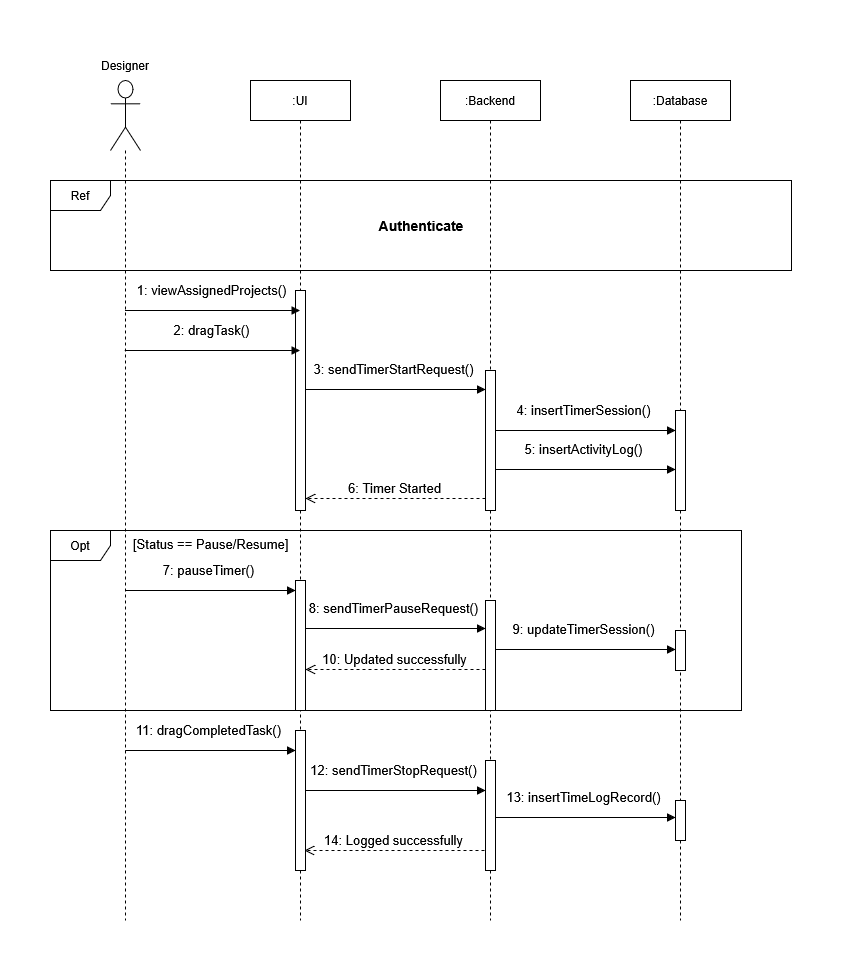
Above: docs/diagrams/SequenceTimeLogging.drawio.png in mahdi000666/DesignFlow (draw.io), before the change. Source tidied: cells renumbered, new cells last; positions are measured from the earlier drawing's top-left corner, leaving out a move shared by most shapes.
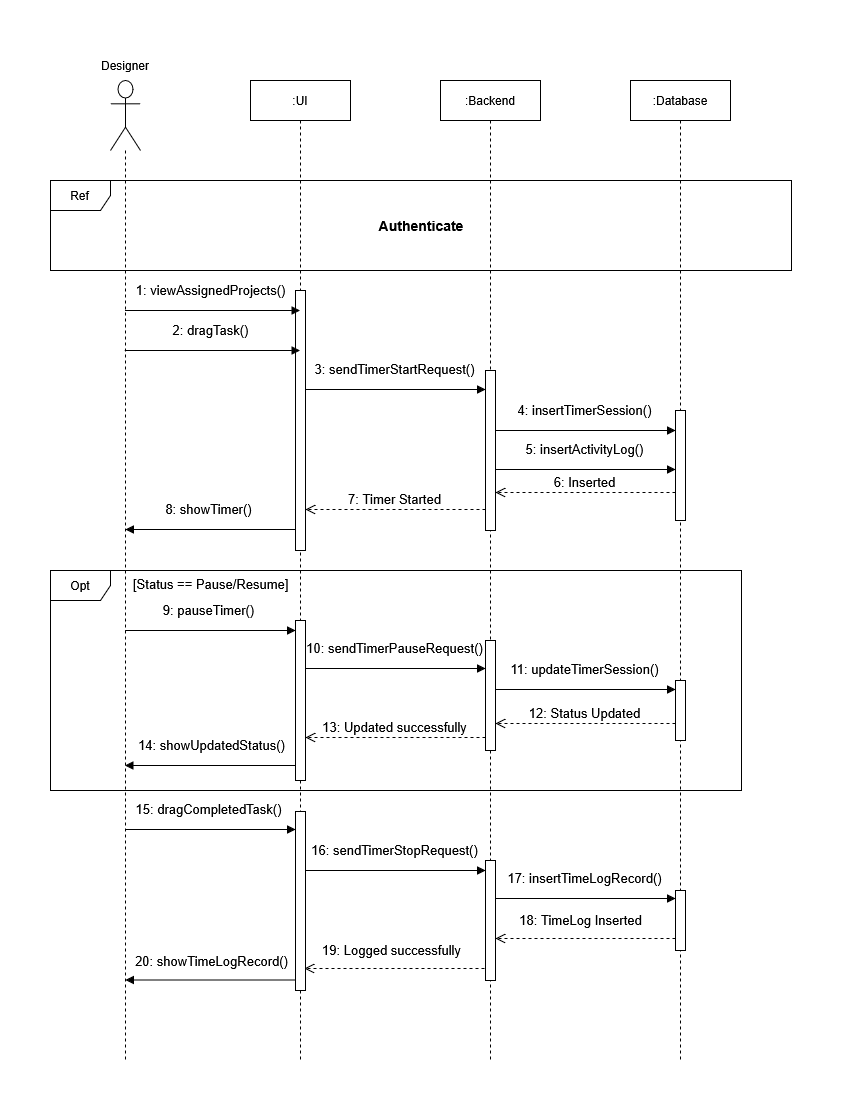
Later version of the same file.

What changed in the source:
```diff
@@ -3,34 +3,34 @@
     <mxCell id="0" />
     <mxCell id="1" parent="0" />
     <mxCell id="2" style="shape=umlLifeline;perimeter=lifelinePerimeter;whiteSpace=wrap;html=1;newEdgeStyle={&quot;curved&quot;:0,&quot;rounded&quot;:0};participant=umlActor;size=70;" parent="1" vertex="1">
-      <mxGeometry x="60" y="30" width="30" height="840" as="geometry" />
+      <mxGeometry x="60" y="30" width="30" height="980" as="geometry" />
     </mxCell>
     <mxCell id="3" value=":UI" style="shape=umlLifeline;perimeter=lifelinePerimeter;whiteSpace=wrap;html=1;newEdgeStyle={&quot;curved&quot;:0,&quot;rounded&quot;:0};" parent="1" vertex="1">
-      <mxGeometry x="200" y="30" width="100" height="840" as="geometry" />
+      <mxGeometry x="200" y="30" width="100" height="980" as="geometry" />
     </mxCell>
     <mxCell id="4" style="html=1;perimeter=orthogonalPerimeter;targetShapes=umlLifeline;newEdgeStyle={&quot;curved&quot;:0,&quot;rounded&quot;:0};" parent="3" vertex="1">
-      <mxGeometry x="45" y="210" width="10" height="220" as="geometry" />
+      <mxGeometry x="45" y="210" width="10" height="260" as="geometry" />
     </mxCell>
     <mxCell id="5" style="html=1;perimeter=orthogonalPerimeter;targetShapes=umlLifeline;newEdgeStyle={&quot;curved&quot;:0,&quot;rounded&quot;:0};" parent="3" vertex="1">
-      <mxGeometry x="45" y="650" width="10" height="140" as="geometry" />
+      <mxGeometry x="45" y="731" width="10" height="179" as="geometry" />
     </mxCell>
     <mxCell id="6" value="&lt;div&gt;:Backend&lt;/div&gt;" style="shape=umlLifeline;perimeter=lifelinePerimeter;whiteSpace=wrap;html=1;newEdgeStyle={&quot;curved&quot;:0,&quot;rounded&quot;:0};" parent="1" vertex="1">
-      <mxGeometry x="390" y="30" width="100" height="840" as="geometry" />
+      <mxGeometry x="390" y="30" width="100" height="980" as="geometry" />
     </mxCell>
     <mxCell id="7" style="html=1;points=[[0,0,0,0,5],[0,1,0,0,-5],[1,0,0,0,5],[1,1,0,0,-5]];perimeter=orthogonalPerimeter;outlineConnect=0;targetShapes=umlLifeline;portConstraint=eastwest;newEdgeStyle={&quot;curved&quot;:0,&quot;rounded&quot;:0};" parent="6" vertex="1">
-      <mxGeometry x="45" y="290" width="10" height="140" as="geometry" />
+      <mxGeometry x="45" y="290" width="10" height="160" as="geometry" />
     </mxCell>
     <mxCell id="8" style="html=1;perimeter=orthogonalPerimeter;targetShapes=umlLifeline;newEdgeStyle={&quot;curved&quot;:0,&quot;rounded&quot;:0};" parent="6" vertex="1">
-      <mxGeometry x="45" y="680" width="10" height="110" as="geometry" />
+      <mxGeometry x="45" y="780" width="10" height="120" as="geometry" />
     </mxCell>
     <mxCell id="9" value="&lt;div&gt;:Database&lt;/div&gt;" style="shape=umlLifeline;perimeter=lifelinePerimeter;whiteSpace=wrap;html=1;newEdgeStyle={&quot;curved&quot;:0,&quot;rounded&quot;:0};" parent="1" vertex="1">
-      <mxGeometry x="580" y="30" width="100" height="840" as="geometry" />
+      <mxGeometry x="580" y="30" width="100" height="980" as="geometry" />
     </mxCell>
     <mxCell id="10" style="html=1;perimeter=orthogonalPerimeter;targetShapes=umlLifeline;newEdgeStyle={&quot;curved&quot;:0,&quot;rounded&quot;:0};" parent="9" vertex="1">
-      <mxGeometry x="45" y="330" width="10" height="100" as="geometry" />
+      <mxGeometry x="45" y="330" width="10" height="110" as="geometry" />
     </mxCell>
     <mxCell id="11" style="html=1;perimeter=orthogonalPerimeter;targetShapes=umlLifeline;newEdgeStyle={&quot;curved&quot;:0,&quot;rounded&quot;:0};" parent="9" vertex="1">
-      <mxGeometry x="45" y="720" width="10" height="40" as="geometry" />
+      <mxGeometry x="45" y="810" width="10" height="60" as="geometry" />
     </mxCell>
     <mxCell id="12" value="2: dragTask()" style="html=1;verticalAlign=bottom;endArrow=block;strokeWidth=1;fontSize=13;" parent="1" edge="1">
       <mxGeometry x="-0.02" y="10" relative="1" as="geometry">
@@ -54,7 +54,7 @@
       </mxGeometry>
     </mxCell>
     <mxCell id="17" value="Opt" style="shape=umlFrame;whiteSpace=wrap;html=1;" parent="1" vertex="1">
-      <mxGeometry y="480" width="691" height="180" as="geometry" />
+      <mxGeometry y="520" width="691" height="220" as="geometry" />
     </mxCell>
     <mxCell id="18" value="3: sendTimerStartRequest()" style="html=1;verticalAlign=bottom;endArrow=block;strokeWidth=1;fontSize=13;" parent="1" edge="1" target="7">
       <mxGeometry x="-0.02" y="10" relative="1" as="geometry">
@@ -73,71 +73,107 @@
         <mxPoint x="625" y="419" as="targetPoint" />
       </mxGeometry>
     </mxCell>
-    <mxCell id="21" value="6: Timer Started" style="html=1;verticalAlign=bottom;endArrow=open;dashed=1;endSize=8;curved=0;rounded=0;fontSize=13;" parent="1" edge="1">
+    <mxCell id="21" value="7: Timer Started" style="html=1;verticalAlign=bottom;endArrow=open;dashed=1;endSize=8;curved=0;rounded=0;fontSize=13;" parent="1" edge="1">
       <mxGeometry relative="1" as="geometry">
-        <mxPoint x="435" y="448" as="sourcePoint" />
-        <mxPoint x="255" y="448" as="targetPoint" />
+        <mxPoint x="435" y="459" as="sourcePoint" />
+        <mxPoint x="255" y="459" as="targetPoint" />
       </mxGeometry>
     </mxCell>
     <mxCell id="22" value="[Status == Pause/Resume]" style="text;whiteSpace=wrap;html=1;fontSize=13;" parent="1" vertex="1">
-      <mxGeometry x="81" y="480" width="160" height="30" as="geometry" />
+      <mxGeometry x="81" y="520" width="160" height="30" as="geometry" />
     </mxCell>
     <mxCell id="23" style="html=1;perimeter=orthogonalPerimeter;targetShapes=umlLifeline;newEdgeStyle={&quot;curved&quot;:0,&quot;rounded&quot;:0};" parent="1" vertex="1">
-      <mxGeometry x="245" y="530" width="10" height="130" as="geometry" />
+      <mxGeometry x="245" y="570" width="10" height="160" as="geometry" />
     </mxCell>
-    <mxCell id="24" value="7: pauseTimer()" style="html=1;verticalAlign=bottom;endArrow=block;strokeWidth=1;fontSize=13;" parent="1" edge="1">
+    <mxCell id="24" value="9: pauseTimer()" style="html=1;verticalAlign=bottom;endArrow=block;strokeWidth=1;fontSize=13;" parent="1" edge="1">
       <mxGeometry x="-0.02" y="10" relative="1" as="geometry">
-        <mxPoint x="74.7" y="540" as="sourcePoint" />
-        <mxPoint x="245" y="540" as="targetPoint" />
+        <mxPoint x="74.7" y="580" as="sourcePoint" />
+        <mxPoint x="245" y="580" as="targetPoint" />
       </mxGeometry>
     </mxCell>
-    <mxCell id="25" value="8: sendTimerPauseRequest()" style="html=1;verticalAlign=bottom;endArrow=block;strokeWidth=1;fontSize=13;" parent="1" edge="1">
+    <mxCell id="25" value="10: sendTimerPauseRequest()" style="html=1;verticalAlign=bottom;endArrow=block;strokeWidth=1;fontSize=13;" parent="1" edge="1">
       <mxGeometry x="-0.02" y="10" relative="1" as="geometry">
-        <mxPoint x="255" y="578" as="sourcePoint" />
-        <mxPoint x="435" y="578" as="targetPoint" />
+        <mxPoint x="255" y="618" as="sourcePoint" />
+        <mxPoint x="435" y="618" as="targetPoint" />
       </mxGeometry>
     </mxCell>
     <mxCell id="26" style="html=1;perimeter=orthogonalPerimeter;targetShapes=umlLifeline;newEdgeStyle={&quot;curved&quot;:0,&quot;rounded&quot;:0};" parent="1" vertex="1">
-      <mxGeometry x="435" y="550" width="10" height="110" as="geometry" />
+      <mxGeometry x="435" y="590" width="10" height="110" as="geometry" />
     </mxCell>
     <mxCell id="27" style="html=1;perimeter=orthogonalPerimeter;targetShapes=umlLifeline;newEdgeStyle={&quot;curved&quot;:0,&quot;rounded&quot;:0};" parent="1" vertex="1">
-      <mxGeometry x="625" y="580" width="10" height="40" as="geometry" />
+      <mxGeometry x="625" y="630" width="10" height="60" as="geometry" />
     </mxCell>
-    <mxCell id="28" value="9: updateTimerSession()" style="html=1;verticalAlign=bottom;endArrow=block;strokeWidth=1;fontSize=13;" parent="1" edge="1">
+    <mxCell id="28" value="11: updateTimerSession()" style="html=1;verticalAlign=bottom;endArrow=block;strokeWidth=1;fontSize=13;" parent="1" edge="1">
       <mxGeometry x="-0.02" y="10" relative="1" as="geometry">
-        <mxPoint x="445" y="599" as="sourcePoint" />
-        <mxPoint x="625" y="599" as="targetPoint" />
+        <mxPoint x="445" y="639" as="sourcePoint" />
+        <mxPoint x="625" y="639" as="targetPoint" />
       </mxGeometry>
     </mxCell>
-    <mxCell id="29" value="10: Updated successfully" style="html=1;verticalAlign=bottom;endArrow=open;dashed=1;endSize=8;curved=0;rounded=0;fontSize=13;" parent="1" edge="1">
+    <mxCell id="29" value="13: Updated successfully" style="html=1;verticalAlign=bottom;endArrow=open;dashed=1;endSize=8;curved=0;rounded=0;fontSize=13;" parent="1" edge="1">
       <mxGeometry relative="1" as="geometry">
-        <mxPoint x="435" y="619" as="sourcePoint" />
-        <mxPoint x="255" y="619" as="targetPoint" />
+        <mxPoint x="435" y="687" as="sourcePoint" />
+        <mxPoint x="255" y="687" as="targetPoint" />
       </mxGeometry>
     </mxCell>
-    <mxCell id="30" value="11: dragCompletedTask()" style="html=1;verticalAlign=bottom;endArrow=block;strokeWidth=1;fontSize=13;" parent="1" edge="1">
+    <mxCell id="30" value="15: dragCompletedTask()" style="html=1;verticalAlign=bottom;endArrow=block;strokeWidth=1;fontSize=13;" parent="1" edge="1">
       <mxGeometry x="-0.02" y="10" relative="1" as="geometry">
-        <mxPoint x="74.8" y="700" as="sourcePoint" />
-        <mxPoint x="245" y="700" as="targetPoint" />
+        <mxPoint x="74.8" y="779" as="sourcePoint" />
+        <mxPoint x="245" y="779" as="targetPoint" />
       </mxGeometry>
     </mxCell>
-    <mxCell id="31" value="12: sendTimerStopRequest()" style="html=1;verticalAlign=bottom;endArrow=block;strokeWidth=1;fontSize=13;" parent="1" edge="1">
+    <mxCell id="31" value="16: sendTimerStopRequest()" style="html=1;verticalAlign=bottom;endArrow=block;strokeWidth=1;fontSize=13;" parent="1" edge="1">
       <mxGeometry x="-0.02" y="10" relative="1" as="geometry">
-        <mxPoint x="255" y="740" as="sourcePoint" />
-        <mxPoint x="435" y="740" as="targetPoint" />
+        <mxPoint x="255" y="820" as="sourcePoint" />
+        <mxPoint x="435" y="820" as="targetPoint" />
       </mxGeometry>
     </mxCell>
-    <mxCell id="32" value="13: insertTimeLogRecord()" style="html=1;verticalAlign=bottom;endArrow=block;strokeWidth=1;fontSize=13;" parent="1" edge="1">
+    <mxCell id="32" value="17: insertTimeLogRecord()" style="html=1;verticalAlign=bottom;endArrow=block;strokeWidth=1;fontSize=13;" parent="1" edge="1">
       <mxGeometry x="-0.02" y="10" relative="1" as="geometry">
-        <mxPoint x="445" y="767" as="sourcePoint" />
-        <mxPoint x="625" y="767" as="targetPoint" />
+        <mxPoint x="445" y="848" as="sourcePoint" />
+        <mxPoint x="625" y="848" as="targetPoint" />
       </mxGeometry>
     </mxCell>
-    <mxCell id="33" value="14: Logged successfully" style="html=1;verticalAlign=bottom;endArrow=open;dashed=1;endSize=8;curved=0;rounded=0;fontSize=13;" parent="1" edge="1">
-      <mxGeometry relative="1" as="geometry">
-        <mxPoint x="434" y="800" as="sourcePoint" />
-        <mxPoint x="254" y="800" as="targetPoint" />
+    <mxCell id="33" value="19: Logged successfully" style="html=1;verticalAlign=bottom;endArrow=open;dashed=1;endSize=8;curved=0;rounded=0;fontSize=13;" parent="1" edge="1">
+      <mxGeometry x="0.03" y="-8" relative="1" as="geometry">
+        <mxPoint x="434" y="918" as="sourcePoint" />
+        <mxPoint x="254" y="918" as="targetPoint" />
       </mxGeometry>
     </mxCell>
+    <mxCell id="34" value="6: Inserted" style="html=1;verticalAlign=bottom;endArrow=open;dashed=1;endSize=8;curved=0;rounded=0;fontSize=13;" parent="1" edge="1">
+      <mxGeometry relative="1" as="geometry">
+        <mxPoint x="625" y="442" as="sourcePoint" />
+        <mxPoint x="445" y="442" as="targetPoint" />
+      </mxGeometry>
+    </mxCell>
+    <mxCell id="35" value="8: showTimer()" style="html=1;verticalAlign=bottom;endArrow=block;strokeWidth=1;fontSize=13;" parent="1" edge="1">
+      <mxGeometry x="0.02" y="-10" relative="1" as="geometry">
+        <mxPoint x="245" y="479" as="sourcePoint" />
+        <mxPoint x="74.8" y="479" as="targetPoint" />
+      </mxGeometry>
+    </mxCell>
+    <mxCell id="36" value="12: Status Updated" style="html=1;verticalAlign=bottom;endArrow=open;dashed=1;endSize=8;curved=0;rounded=0;fontSize=13;" parent="1" edge="1">
+      <mxGeometry relative="1" as="geometry">
+        <mxPoint x="625" y="673" as="sourcePoint" />
+        <mxPoint x="445" y="673" as="targetPoint" />
+      </mxGeometry>
+    </mxCell>
+    <mxCell id="37" value="14: showUpdatedStatus()" style="html=1;verticalAlign=bottom;endArrow=block;strokeWidth=1;fontSize=13;" parent="1" edge="1">
+      <mxGeometry x="-0.01" y="-10" relative="1" as="geometry">
+        <mxPoint x="245" y="715" as="sourcePoint" />
+        <mxPoint x="74.4" y="715" as="targetPoint" />
+      </mxGeometry>
+    </mxCell>
+    <mxCell id="38" value="18: TimeLog Inserted" style="html=1;verticalAlign=bottom;endArrow=open;dashed=1;endSize=8;curved=0;rounded=0;fontSize=13;" parent="1" edge="1">
+      <mxGeometry x="0.04" y="-8" relative="1" as="geometry">
+        <mxPoint x="625" y="888" as="sourcePoint" />
+        <mxPoint x="445" y="888" as="targetPoint" />
+      </mxGeometry>
+    </mxCell>
+    <mxCell id="39" value="20: showTimeLogRecord()" style="html=1;verticalAlign=bottom;endArrow=block;strokeWidth=1;fontSize=13;" parent="1" edge="1">
+      <mxGeometry x="-0.01" y="-9" relative="1" as="geometry">
+        <mxPoint x="245" y="929.5" as="sourcePoint" />
+        <mxPoint x="74.8" y="929.5" as="targetPoint" />
+      </mxGeometry>
+    </mxCell>
   </root>
 </mxGraphModel>
```
